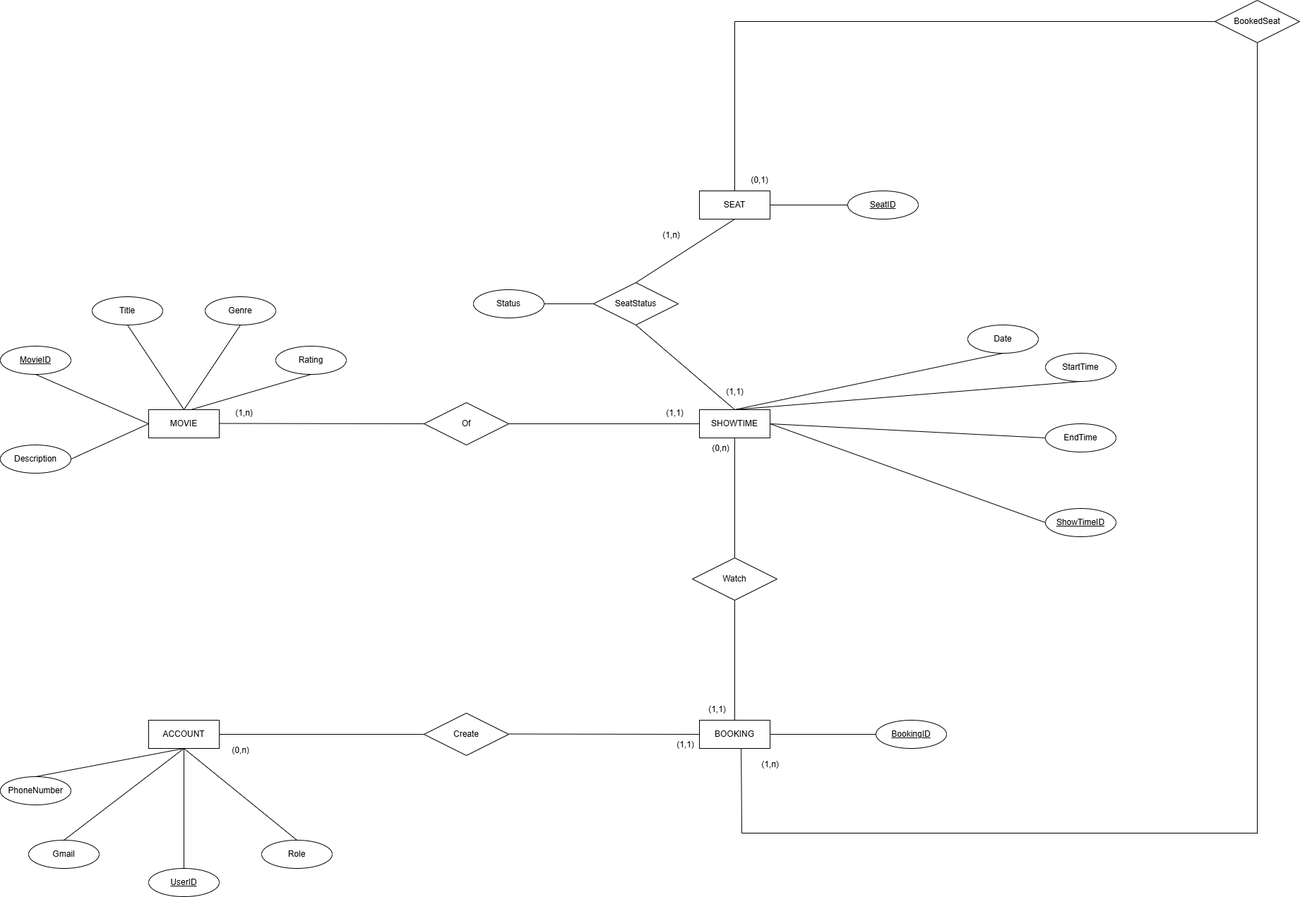
Earlier version of the draw.io export diagram/ER_diagram/ManagingMovieTicketBookingSystem.drawio.png (kqanGit/MovieTicketBookingSystem). Source tidied: cells renumbered, new cells last; positions are measured from the earlier drawing's top-left corner, leaving out a move shared by most shapes.
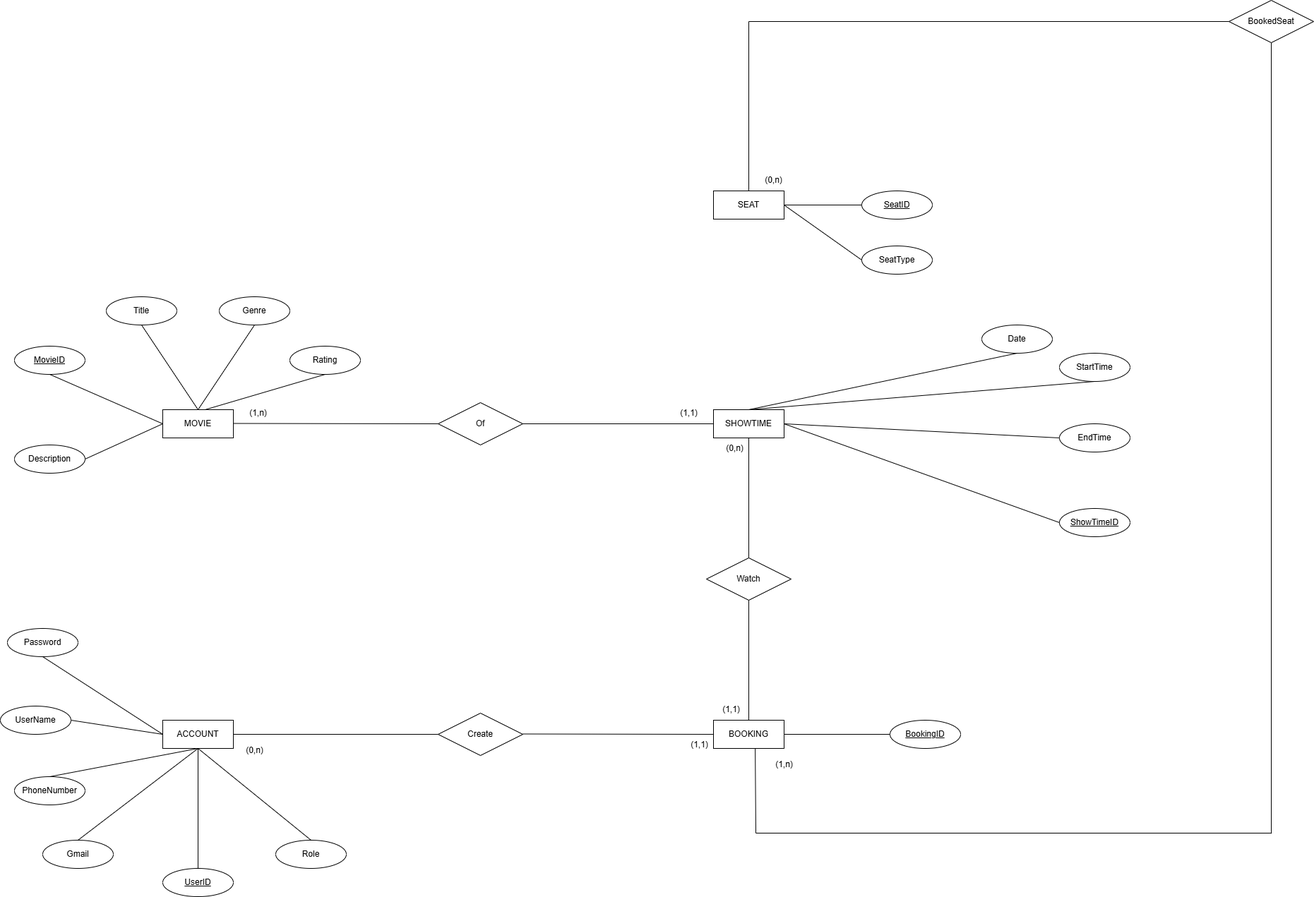
The same file after the commit.

Commit message:
modify ER diagram : add UserName, Password, SeatTyp. Delete SeatsStatus relationship. Change  Seat (1,n) Booking -> Seat (n,n) Booking

Diff of the diagram source:
```diff
@@ -130,23 +130,9 @@
     <mxCell id="37" value="SEAT" style="whiteSpace=wrap;html=1;align=center;" parent="1" vertex="1">
       <mxGeometry x="990" y="270" width="100" height="40" as="geometry" />
     </mxCell>
-    <mxCell id="38" value="SeatStatus" style="shape=rhombus;perimeter=rhombusPerimeter;whiteSpace=wrap;html=1;align=center;" parent="1" vertex="1">
-      <mxGeometry x="840" y="400" width="120" height="60" as="geometry" />
-    </mxCell>
     <mxCell id="39" value="SeatID" style="ellipse;whiteSpace=wrap;html=1;align=center;fontStyle=4;" parent="1" vertex="1">
       <mxGeometry x="1200" y="270" width="100" height="40" as="geometry" />
     </mxCell>
-    <mxCell id="40" style="endArrow=none;html=1;rounded=0;entryX=0;entryY=0.5;entryDx=0;entryDy=0;exitX=1;exitY=0.5;exitDx=0;exitDy=0;" parent="1" edge="1" target="38">
-      <mxGeometry relative="1" as="geometry">
-        <mxPoint x="770" y="430" as="sourcePoint" />
-      </mxGeometry>
-    </mxCell>
-    <mxCell id="41" style="endArrow=none;html=1;rounded=0;entryX=0.5;entryY=1;entryDx=0;entryDy=0;exitX=0.5;exitY=0;exitDx=0;exitDy=0;" parent="1" edge="1" source="38" target="37">
-      <mxGeometry relative="1" as="geometry" />
-    </mxCell>
-    <mxCell id="42" style="endArrow=none;html=1;rounded=0;entryX=0.5;entryY=1;entryDx=0;entryDy=0;exitX=0.5;exitY=0;exitDx=0;exitDy=0;" parent="1" edge="1" source="27" target="38">
-      <mxGeometry relative="1" as="geometry" />
-    </mxCell>
     <mxCell id="43" style="endArrow=none;html=1;rounded=0;entryX=0;entryY=0.5;entryDx=0;entryDy=0;exitX=1;exitY=0.5;exitDx=0;exitDy=0;" parent="1" edge="1" source="37" target="39">
       <mxGeometry relative="1" as="geometry" />
     </mxCell>
@@ -188,9 +174,6 @@
     <mxCell id="55" value="(0,n)" style="text;html=1;align=center;verticalAlign=middle;strokeColor=none;fillColor=none;" parent="1" vertex="1">
       <mxGeometry x="315" y="1048" width="50" height="30" as="geometry" />
     </mxCell>
-    <mxCell id="56" value="Status" style="ellipse;whiteSpace=wrap;html=1;align=center;" parent="1" vertex="1">
-      <mxGeometry x="670" y="410" width="100" height="40" as="geometry" />
-    </mxCell>
     <mxCell id="57" value="BookedSeat" style="shape=rhombus;perimeter=rhombusPerimeter;whiteSpace=wrap;html=1;align=center;" parent="1" vertex="1">
       <mxGeometry x="1720" width="120" height="60" as="geometry" />
     </mxCell>
@@ -220,17 +203,29 @@
         <mxPoint x="1050" y="1180" as="targetPoint" />
       </mxGeometry>
     </mxCell>
-    <mxCell id="63" value="(0,1)" style="text;html=1;align=center;verticalAlign=middle;strokeColor=none;fillColor=none;" parent="1" vertex="1">
+    <mxCell id="63" value="(0,n)" style="text;html=1;align=center;verticalAlign=middle;strokeColor=none;fillColor=none;" parent="1" vertex="1">
       <mxGeometry x="1050" y="240" width="50" height="30" as="geometry" />
     </mxCell>
     <mxCell id="64" value="(1,n)" style="text;html=1;align=center;verticalAlign=middle;strokeColor=none;fillColor=none;" parent="1" vertex="1">
       <mxGeometry x="1065" y="1068" width="50" height="30" as="geometry" />
     </mxCell>
-    <mxCell id="65" value="(1,n)" style="text;html=1;align=center;verticalAlign=middle;strokeColor=none;fillColor=none;" parent="1" vertex="1">
-      <mxGeometry x="925" y="318" width="50" height="30" as="geometry" />
-    </mxCell>
-    <mxCell id="66" value="(1,1)" style="text;html=1;align=center;verticalAlign=middle;strokeColor=none;fillColor=none;" parent="1" vertex="1">
-      <mxGeometry x="1015" y="540" width="50" height="30" as="geometry" />
-    </mxCell>
+    <mxCell id="67" value="SeatType" style="ellipse;whiteSpace=wrap;html=1;align=center;" parent="1" vertex="1">
+      <mxGeometry x="1200" y="348" width="100" height="40" as="geometry" />
+    </mxCell>
+    <mxCell id="68" style="endArrow=none;html=1;rounded=0;entryX=0;entryY=0.5;entryDx=0;entryDy=0;exitX=1;exitY=0.5;exitDx=0;exitDy=0;" parent="1" edge="1" source="37" target="67">
+      <mxGeometry relative="1" as="geometry" />
+    </mxCell>
+    <mxCell id="69" style="endArrow=none;html=1;rounded=0;entryX=1;entryY=0.5;entryDx=0;entryDy=0;exitX=0;exitY=0.5;exitDx=0;exitDy=0;" parent="1" edge="1" source="8" target="70">
+      <mxGeometry relative="1" as="geometry" />
+    </mxCell>
+    <mxCell id="70" value="UserName" style="ellipse;whiteSpace=wrap;html=1;align=center;" parent="1" vertex="1">
+      <mxGeometry x="-20" y="1000" width="100" height="40" as="geometry" />
+    </mxCell>
+    <mxCell id="71" value="Password" style="ellipse;whiteSpace=wrap;html=1;align=center;" parent="1" vertex="1">
+      <mxGeometry x="-10" y="890" width="100" height="40" as="geometry" />
+    </mxCell>
+    <mxCell id="72" style="endArrow=none;html=1;rounded=0;entryX=0.5;entryY=1;entryDx=0;entryDy=0;exitX=0;exitY=0.5;exitDx=0;exitDy=0;" parent="1" edge="1" source="8" target="71">
+      <mxGeometry relative="1" as="geometry" />
+    </mxCell>
   </root>
 </mxGraphModel>
```
